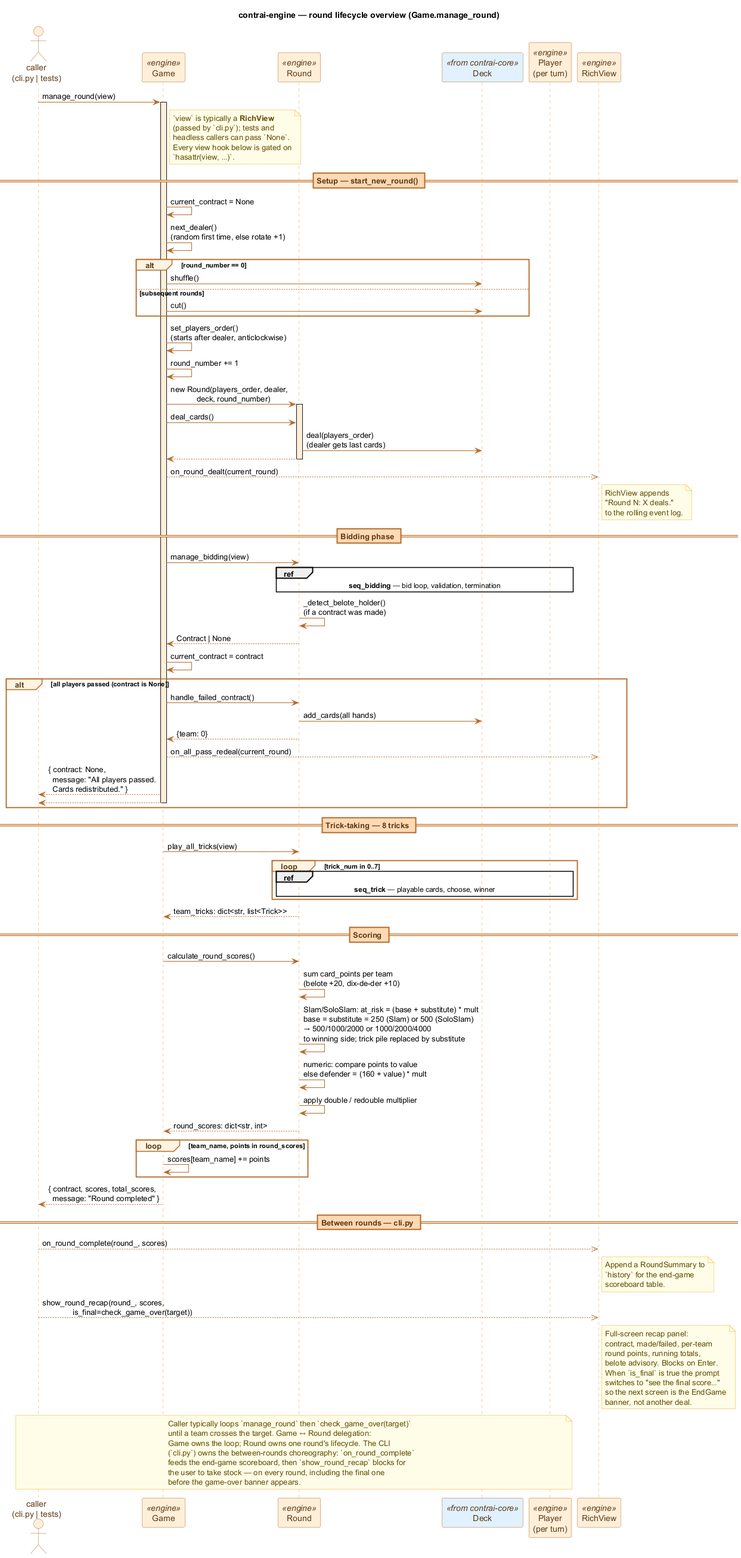
valmathieu/ContrAI keeps this PlantUML diagram as docs/diagrams/seq_round.png. Above is the earlier version.
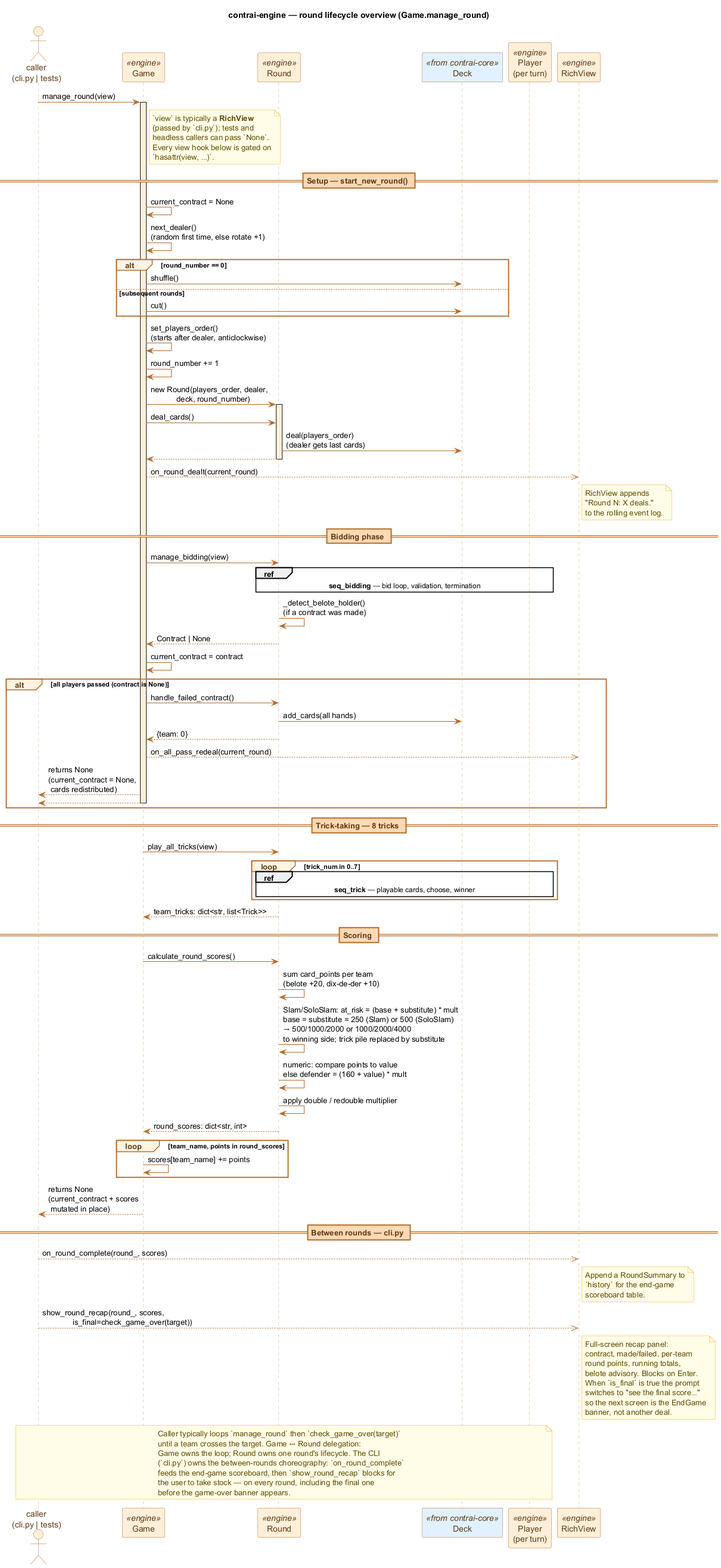
Later version of the same file.

Commit message:
refactor(engine): drop the unused RoundResult return from manage_round

The edit, as a diff of the source:
```diff
@@ -81,7 +81,7 @@
     R -> D : add_cards(all hands)
     R --> G : {team: 0}
     G -->> V : on_all_pass_redeal(current_round)
-    G --> C : { contract: None,\n  message: "All players passed.\n  Cards redistributed." }
+    G --> C : returns None\n(current_contract = None,\n cards redistributed)
     return
 end
 
@@ -107,7 +107,7 @@
     G -> G : scores[team_name] += points
 end
 
-G --> C : { contract, scores, total_scores,\n  message: "Round completed" }
+G --> C : returns None\n(current_contract + scores\n mutated in place)
 deactivate G
 
 == Between rounds — cli.py ==
```
